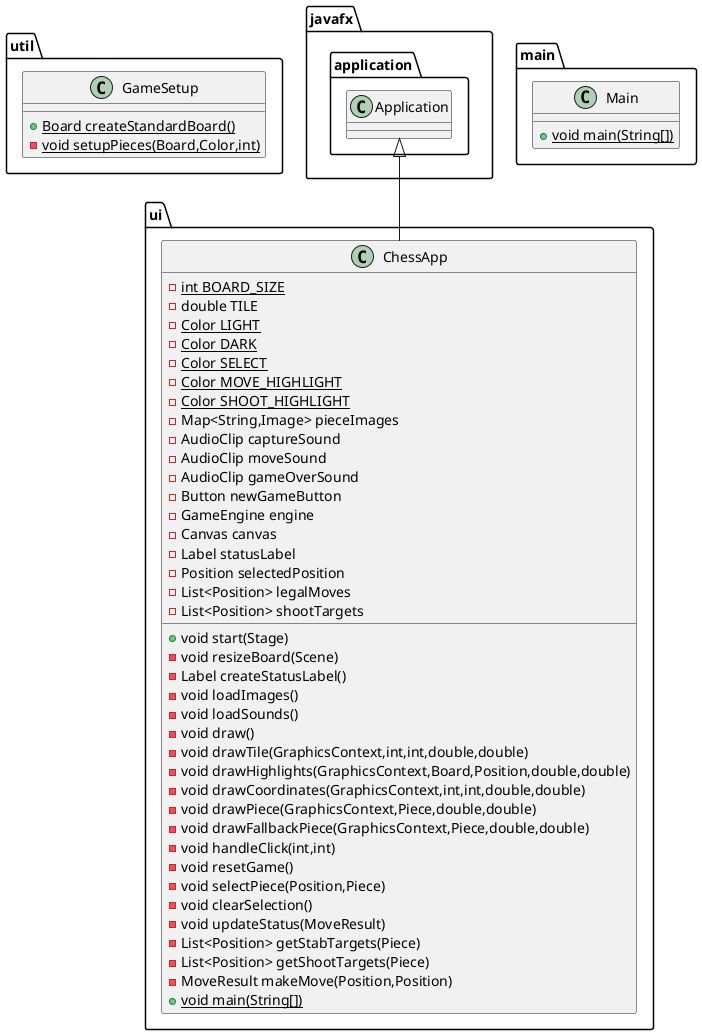
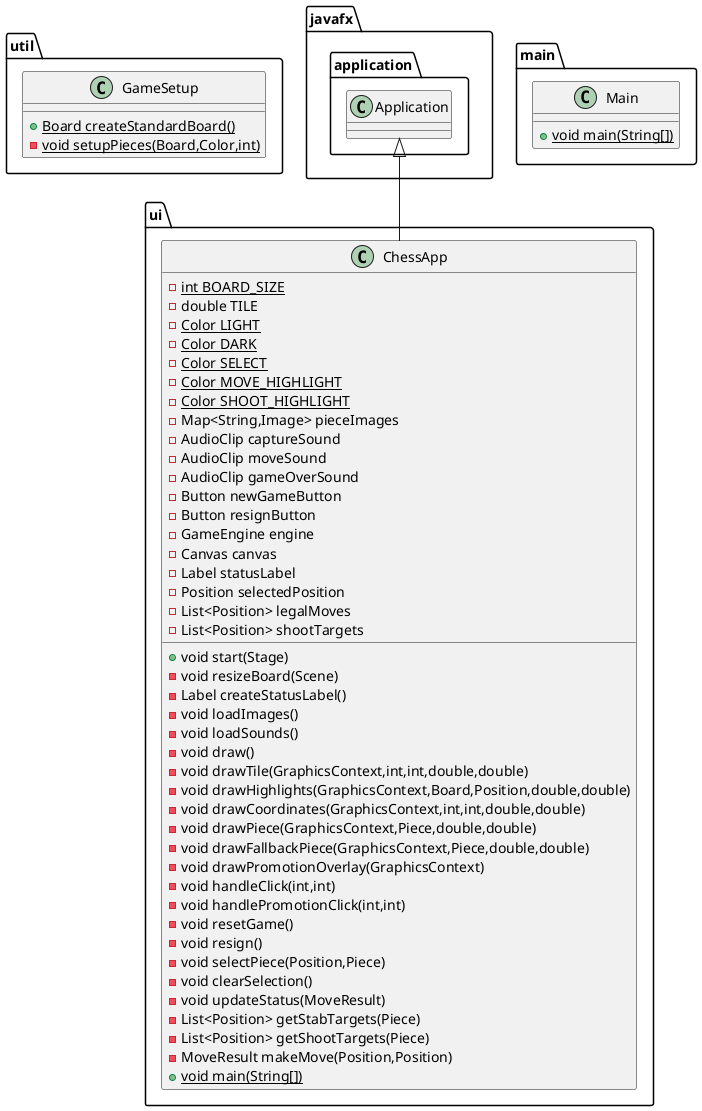
@startuml
class util.GameSetup {
+ {static} Board createStandardBoard()
- {static} void setupPieces(Board,Color,int)
}

class ui.ChessApp {
- {static} int BOARD_SIZE
- double TILE
- {static} Color LIGHT
- {static} Color DARK
- {static} Color SELECT
- {static} Color MOVE_HIGHLIGHT
- {static} Color SHOOT_HIGHLIGHT
- Map<String,Image> pieceImages
- AudioClip captureSound
- AudioClip moveSound
- AudioClip gameOverSound
- Button newGameButton
+ - Button resignButton
- GameEngine engine
- Canvas canvas
- Label statusLabel
- Position selectedPosition
- List<Position> legalMoves
- List<Position> shootTargets
+ void start(Stage)
- void resizeBoard(Scene)
- Label createStatusLabel()
- void loadImages()
- void loadSounds()
- void draw()
- void drawTile(GraphicsContext,int,int,double,double)
- void drawHighlights(GraphicsContext,Board,Position,double,double)
- void drawCoordinates(GraphicsContext,int,int,double,double)
- void drawPiece(GraphicsContext,Piece,double,double)
- void drawFallbackPiece(GraphicsContext,Piece,double,double)
+ - void drawPromotionOverlay(GraphicsContext)
- void handleClick(int,int)
+ - void handlePromotionClick(int,int)
- void resetGame()
+ - void resign()
- void selectPiece(Position,Piece)
- void clearSelection()
- void updateStatus(MoveResult)
- List<Position> getStabTargets(Piece)
- List<Position> getShootTargets(Piece)
- MoveResult makeMove(Position,Position)
+ {static} void main(String[])
}


class main.Main {
+ {static} void main(String[])
}



javafx.application.Application <|-- ui.ChessApp
@enduml